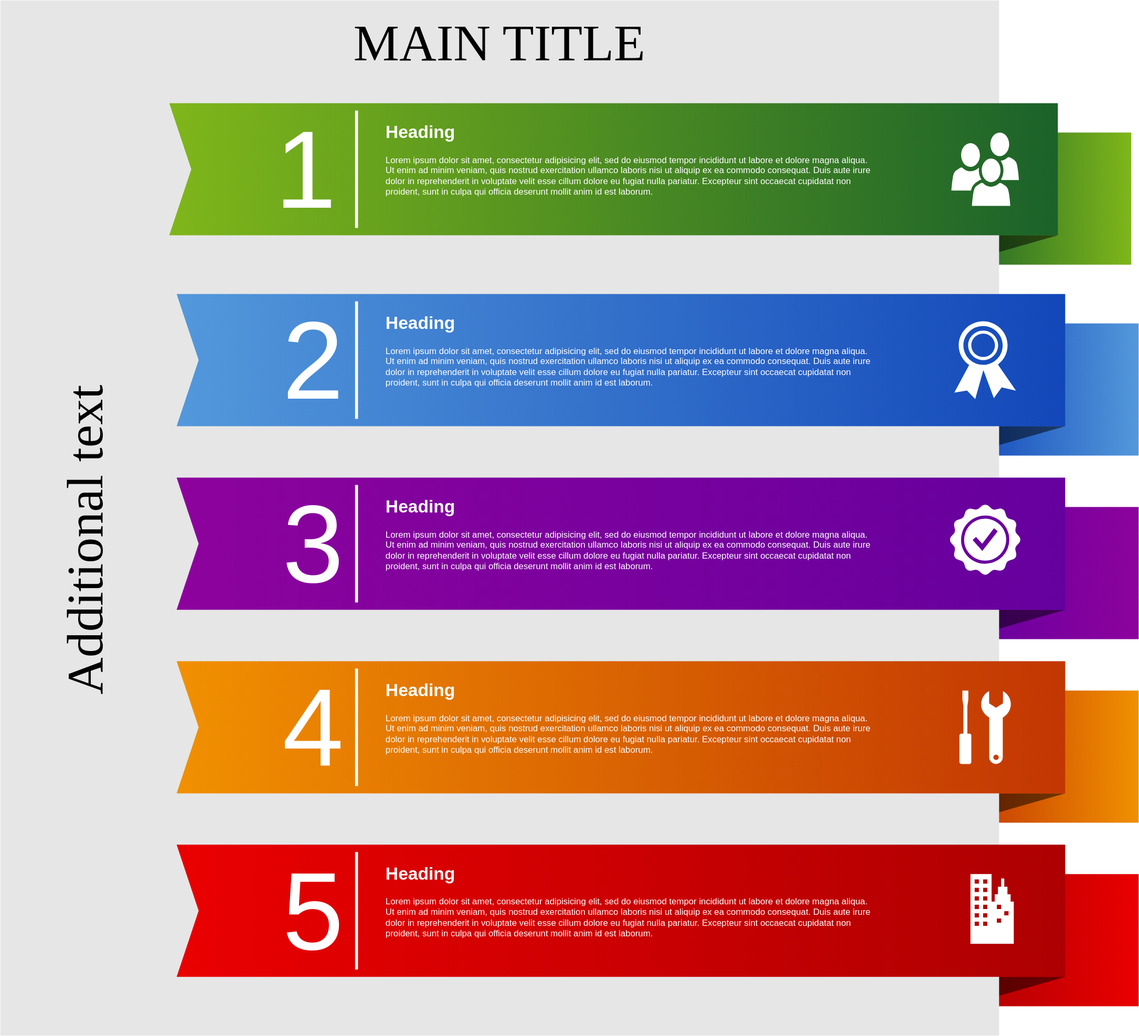
Before: lss/Diagram006.svg, a diagram exported from draw.io (lsss1111/Diagram01). Source tidied: cells renumbered, new cells last; positions are measured from the earlier drawing's top-left corner, leaving out a move shared by most shapes. The source it was exported from:
```xml
<mxGraphModel>
  <root>
    <mxCell id="0" style="html=1;" />
    <mxCell id="1" style="html=1;" parent="0" />
    <mxCell id="2" style="whiteSpace=wrap;html=1;rounded=0;shadow=0;dashed=0;strokeWidth=1;fontFamily=Tahoma;fontSize=10;fontColor=#FFFFFF;strokeColor=none;fillColor=#7FB61A;gradientColor=#1B622A;gradientDirection=west;" parent="1" vertex="1">
      <mxGeometry x="1300" y="180" width="240" height="180" as="geometry" />
    </mxCell>
    <mxCell id="3" style="verticalLabelPosition=bottom;verticalAlign=top;html=1;strokeWidth=1;shape=mxgraph.basic.orthogonal_triangle;rounded=0;shadow=0;dashed=0;fontFamily=Tahoma;fontSize=10;fontColor=#FFFFFF;flipV=1;fillColor=#000000;strokeColor=none;opacity=50;" parent="1" vertex="1">
      <mxGeometry x="1300" y="320" width="140" height="40" as="geometry" />
    </mxCell>
    <mxCell id="4" style="whiteSpace=wrap;html=1;rounded=0;shadow=0;dashed=0;strokeWidth=1;fontFamily=Tahoma;fontSize=10;fontColor=#FFFFFF;strokeColor=none;fillColor=#5398DB;gradientColor=#1247B9;gradientDirection=west;" parent="1" vertex="1">
      <mxGeometry x="1310" y="440" width="240" height="180" as="geometry" />
    </mxCell>
    <mxCell id="5" style="verticalLabelPosition=bottom;verticalAlign=top;html=1;strokeWidth=1;shape=mxgraph.basic.orthogonal_triangle;rounded=0;shadow=0;dashed=0;fontFamily=Tahoma;fontSize=10;fontColor=#FFFFFF;flipV=1;fillColor=#000000;strokeColor=none;opacity=50;" parent="1" vertex="1">
      <mxGeometry x="1310" y="580" width="140" height="40" as="geometry" />
    </mxCell>
    <mxCell id="6" style="whiteSpace=wrap;html=1;rounded=0;shadow=0;dashed=0;strokeWidth=1;fontFamily=Tahoma;fontSize=10;fontColor=#FFFFFF;strokeColor=none;fillColor=#8D029D;gradientColor=#65009E;gradientDirection=west;" parent="1" vertex="1">
      <mxGeometry x="1310" y="690" width="240" height="180" as="geometry" />
    </mxCell>
    <mxCell id="7" style="verticalLabelPosition=bottom;verticalAlign=top;html=1;strokeWidth=1;shape=mxgraph.basic.orthogonal_triangle;rounded=0;shadow=0;dashed=0;fontFamily=Tahoma;fontSize=10;fontColor=#FFFFFF;flipV=1;fillColor=#000000;strokeColor=none;opacity=50;" parent="1" vertex="1">
      <mxGeometry x="1310" y="830" width="140" height="40" as="geometry" />
    </mxCell>
    <mxCell id="8" style="whiteSpace=wrap;html=1;rounded=0;shadow=0;dashed=0;strokeWidth=1;fontFamily=Tahoma;fontSize=10;fontColor=#FFFFFF;strokeColor=none;fillColor=#F19001;gradientColor=#C23603;gradientDirection=west;" parent="1" vertex="1">
      <mxGeometry x="1310" y="940" width="240" height="180" as="geometry" />
    </mxCell>
    <mxCell id="9" style="verticalLabelPosition=bottom;verticalAlign=top;html=1;strokeWidth=1;shape=mxgraph.basic.orthogonal_triangle;rounded=0;shadow=0;dashed=0;fontFamily=Tahoma;fontSize=10;fontColor=#FFFFFF;flipV=1;fillColor=#000000;strokeColor=none;opacity=50;" parent="1" vertex="1">
      <mxGeometry x="1310" y="1080" width="140" height="40" as="geometry" />
    </mxCell>
    <mxCell id="10" style="whiteSpace=wrap;html=1;rounded=0;shadow=0;dashed=0;strokeWidth=1;fontFamily=Tahoma;fontSize=10;fontColor=#FFFFFF;strokeColor=none;fillColor=#EA0001;gradientColor=#AD0002;gradientDirection=west;" parent="1" vertex="1">
      <mxGeometry x="1310" y="1190" width="240" height="180" as="geometry" />
    </mxCell>
    <mxCell id="11" style="verticalLabelPosition=bottom;verticalAlign=top;html=1;strokeWidth=1;shape=mxgraph.basic.orthogonal_triangle;rounded=0;shadow=0;dashed=0;fontFamily=Tahoma;fontSize=10;fontColor=#FFFFFF;flipV=1;fillColor=#000000;strokeColor=none;opacity=50;" parent="1" vertex="1">
      <mxGeometry x="1310" y="1330" width="140" height="40" as="geometry" />
    </mxCell>
    <mxCell id="12" value="MAIN TITLE" style="whiteSpace=wrap;html=1;rounded=0;shadow=0;dashed=0;strokeWidth=1;fillColor=#E6E6E6;fontFamily=Verdana;fontSize=70;strokeColor=none;verticalAlign=top;spacingTop=10;" parent="1" vertex="1">
      <mxGeometry width="1360" height="1410" as="geometry" />
    </mxCell>
    <mxCell id="13" style="html=1;shadow=0;dashed=0;align=center;verticalAlign=middle;shape=mxgraph.arrows2.arrow;dy=0;dx=0;notch=30;rounded=0;strokeColor=none;strokeWidth=1;fillColor=#7FB61A;fontFamily=Tahoma;fontSize=10;fontColor=#FFFFFF;gradientColor=#1B622A;gradientDirection=east;" parent="1" vertex="1">
      <mxGeometry x="230" y="140" width="1210" height="180" as="geometry" />
    </mxCell>
    <mxCell id="14" style="html=1;shadow=0;dashed=0;align=center;verticalAlign=middle;shape=mxgraph.arrows2.arrow;dy=0;dx=0;notch=30;rounded=0;strokeColor=none;strokeWidth=1;fillColor=#5398DB;fontFamily=Tahoma;fontSize=10;fontColor=#FFFFFF;gradientColor=#1247B9;gradientDirection=east;" parent="1" vertex="1">
      <mxGeometry x="240" y="400" width="1210" height="180" as="geometry" />
    </mxCell>
    <mxCell id="15" style="html=1;shadow=0;dashed=0;align=center;verticalAlign=middle;shape=mxgraph.arrows2.arrow;dy=0;dx=0;notch=30;rounded=0;strokeColor=none;strokeWidth=1;fillColor=#8D029D;fontFamily=Tahoma;fontSize=10;fontColor=#FFFFFF;gradientColor=#65009E;gradientDirection=east;" parent="1" vertex="1">
      <mxGeometry x="240" y="650" width="1210" height="180" as="geometry" />
    </mxCell>
    <mxCell id="16" style="html=1;shadow=0;dashed=0;align=center;verticalAlign=middle;shape=mxgraph.arrows2.arrow;dy=0;dx=0;notch=30;rounded=0;strokeColor=none;strokeWidth=1;fillColor=#F19001;fontFamily=Tahoma;fontSize=10;fontColor=#FFFFFF;gradientColor=#C23603;gradientDirection=east;" parent="1" vertex="1">
      <mxGeometry x="240" y="900" width="1210" height="180" as="geometry" />
    </mxCell>
    <mxCell id="17" style="html=1;shadow=0;dashed=0;align=center;verticalAlign=middle;shape=mxgraph.arrows2.arrow;dy=0;dx=0;notch=30;rounded=0;strokeColor=none;strokeWidth=1;fillColor=#EA0001;fontFamily=Tahoma;fontSize=10;fontColor=#FFFFFF;gradientColor=#AD0002;gradientDirection=east;" parent="1" vertex="1">
      <mxGeometry x="240" y="1150" width="1210" height="180" as="geometry" />
    </mxCell>
    <mxCell id="18" value="Additional text" style="text;html=1;strokeColor=none;fillColor=none;align=center;verticalAlign=middle;whiteSpace=wrap;rounded=0;shadow=0;dashed=0;fontFamily=Verdana;fontSize=70;horizontal=0;" parent="1" vertex="1">
      <mxGeometry x="50" y="140" width="130" height="1190" as="geometry" />
    </mxCell>
    <mxCell id="19" value="1" style="text;html=1;strokeColor=none;fillColor=none;align=right;verticalAlign=middle;whiteSpace=wrap;rounded=0;shadow=0;dashed=0;fontFamily=Helvetica;fontSize=150;fontColor=#FFFFFF;" parent="1" vertex="1">
      <mxGeometry x="260" y="140" width="200" height="180" as="geometry" />
    </mxCell>
    <mxCell id="20" value="2" style="text;html=1;strokeColor=none;fillColor=none;align=right;verticalAlign=middle;whiteSpace=wrap;rounded=0;shadow=0;dashed=0;fontFamily=Helvetica;fontSize=150;fontColor=#FFFFFF;" parent="1" vertex="1">
      <mxGeometry x="270" y="400" width="200" height="180" as="geometry" />
    </mxCell>
    <mxCell id="21" value="3" style="text;html=1;strokeColor=none;fillColor=none;align=right;verticalAlign=middle;whiteSpace=wrap;rounded=0;shadow=0;dashed=0;fontFamily=Helvetica;fontSize=150;fontColor=#FFFFFF;" parent="1" vertex="1">
      <mxGeometry x="270" y="650" width="200" height="180" as="geometry" />
    </mxCell>
    <mxCell id="22" value="4" style="text;html=1;strokeColor=none;fillColor=none;align=right;verticalAlign=middle;whiteSpace=wrap;rounded=0;shadow=0;dashed=0;fontFamily=Helvetica;fontSize=150;fontColor=#FFFFFF;" parent="1" vertex="1">
      <mxGeometry x="270" y="900" width="200" height="180" as="geometry" />
    </mxCell>
    <mxCell id="23" value="5" style="text;html=1;strokeColor=none;fillColor=none;align=right;verticalAlign=middle;whiteSpace=wrap;rounded=0;shadow=0;dashed=0;fontFamily=Helvetica;fontSize=150;fontColor=#FFFFFF;" parent="1" vertex="1">
      <mxGeometry x="270" y="1150" width="200" height="180" as="geometry" />
    </mxCell>
    <mxCell id="24" style="line;strokeWidth=4;direction=south;html=1;rounded=0;shadow=0;dashed=0;fillColor=none;gradientColor=#AD0002;fontFamily=Helvetica;fontSize=150;fontColor=#FFFFFF;align=right;strokeColor=#FFFFFF;" parent="1" vertex="1">
      <mxGeometry x="480" y="150" width="10" height="160" as="geometry" />
    </mxCell>
    <mxCell id="25" style="line;strokeWidth=4;direction=south;html=1;rounded=0;shadow=0;dashed=0;fillColor=none;gradientColor=#AD0002;fontFamily=Helvetica;fontSize=150;fontColor=#FFFFFF;align=right;strokeColor=#FFFFFF;" parent="1" vertex="1">
      <mxGeometry x="480" y="410" width="10" height="160" as="geometry" />
    </mxCell>
    <mxCell id="26" style="line;strokeWidth=4;direction=south;html=1;rounded=0;shadow=0;dashed=0;fillColor=none;gradientColor=#AD0002;fontFamily=Helvetica;fontSize=150;fontColor=#FFFFFF;align=right;strokeColor=#FFFFFF;" parent="1" vertex="1">
      <mxGeometry x="480" y="660" width="10" height="160" as="geometry" />
    </mxCell>
    <mxCell id="27" style="line;strokeWidth=4;direction=south;html=1;rounded=0;shadow=0;dashed=0;fillColor=none;gradientColor=#AD0002;fontFamily=Helvetica;fontSize=150;fontColor=#FFFFFF;align=right;strokeColor=#FFFFFF;" parent="1" vertex="1">
      <mxGeometry x="480" y="910" width="10" height="160" as="geometry" />
    </mxCell>
    <mxCell id="28" style="line;strokeWidth=4;direction=south;html=1;rounded=0;shadow=0;dashed=0;fillColor=none;gradientColor=#AD0002;fontFamily=Helvetica;fontSize=150;fontColor=#FFFFFF;align=right;strokeColor=#FFFFFF;" parent="1" vertex="1">
      <mxGeometry x="480" y="1160" width="10" height="160" as="geometry" />
    </mxCell>
    <mxCell id="29" value="&lt;h1&gt;Heading&lt;/h1&gt;&lt;p&gt;L&lt;span&gt;orem ipsum dolor sit amet, consectetur adipisicing elit, sed do eiusmod tempor incididunt ut labore et dolore magna aliqua. Ut enim ad minim veniam, quis nostrud exercitation ullamco laboris nisi ut aliquip ex ea commodo consequat. Duis aute irure dolor in reprehenderit in voluptate velit esse cillum dolore eu fugiat nulla pariatur. Excepteur sint occaecat cupidatat non proident, sunt in culpa qui officia deserunt mollit anim id est laborum.&lt;/span&gt;&lt;/p&gt;" style="text;html=1;strokeColor=none;fillColor=none;spacing=5;spacingTop=-20;whiteSpace=wrap;overflow=hidden;rounded=0;shadow=0;dashed=0;fontFamily=Helvetica;fontSize=12;fontColor=#FFFFFF;align=left;" parent="1" vertex="1">
      <mxGeometry x="520" y="160" width="670" height="140" as="geometry" />
    </mxCell>
    <mxCell id="30" value="&lt;h1&gt;Heading&lt;/h1&gt;&lt;p&gt;L&lt;span&gt;orem ipsum dolor sit amet, consectetur adipisicing elit, sed do eiusmod tempor incididunt ut labore et dolore magna aliqua. Ut enim ad minim veniam, quis nostrud exercitation ullamco laboris nisi ut aliquip ex ea commodo consequat. Duis aute irure dolor in reprehenderit in voluptate velit esse cillum dolore eu fugiat nulla pariatur. Excepteur sint occaecat cupidatat non proident, sunt in culpa qui officia deserunt mollit anim id est laborum.&lt;/span&gt;&lt;/p&gt;" style="text;html=1;strokeColor=none;fillColor=none;spacing=5;spacingTop=-20;whiteSpace=wrap;overflow=hidden;rounded=0;shadow=0;dashed=0;fontFamily=Helvetica;fontSize=12;fontColor=#FFFFFF;align=left;" parent="1" vertex="1">
      <mxGeometry x="520" y="420" width="670" height="140" as="geometry" />
    </mxCell>
    <mxCell id="31" value="&lt;h1&gt;Heading&lt;/h1&gt;&lt;p&gt;L&lt;span&gt;orem ipsum dolor sit amet, consectetur adipisicing elit, sed do eiusmod tempor incididunt ut labore et dolore magna aliqua. Ut enim ad minim veniam, quis nostrud exercitation ullamco laboris nisi ut aliquip ex ea commodo consequat. Duis aute irure dolor in reprehenderit in voluptate velit esse cillum dolore eu fugiat nulla pariatur. Excepteur sint occaecat cupidatat non proident, sunt in culpa qui officia deserunt mollit anim id est laborum.&lt;/span&gt;&lt;/p&gt;" style="text;html=1;strokeColor=none;fillColor=none;spacing=5;spacingTop=-20;whiteSpace=wrap;overflow=hidden;rounded=0;shadow=0;dashed=0;fontFamily=Helvetica;fontSize=12;fontColor=#FFFFFF;align=left;" parent="1" vertex="1">
      <mxGeometry x="520" y="670" width="670" height="140" as="geometry" />
    </mxCell>
    <mxCell id="32" value="&lt;h1&gt;Heading&lt;/h1&gt;&lt;p&gt;L&lt;span&gt;orem ipsum dolor sit amet, consectetur adipisicing elit, sed do eiusmod tempor incididunt ut labore et dolore magna aliqua. Ut enim ad minim veniam, quis nostrud exercitation ullamco laboris nisi ut aliquip ex ea commodo consequat. Duis aute irure dolor in reprehenderit in voluptate velit esse cillum dolore eu fugiat nulla pariatur. Excepteur sint occaecat cupidatat non proident, sunt in culpa qui officia deserunt mollit anim id est laborum.&lt;/span&gt;&lt;/p&gt;" style="text;html=1;strokeColor=none;fillColor=none;spacing=5;spacingTop=-20;whiteSpace=wrap;overflow=hidden;rounded=0;shadow=0;dashed=0;fontFamily=Helvetica;fontSize=12;fontColor=#FFFFFF;align=left;" parent="1" vertex="1">
      <mxGeometry x="520" y="920" width="670" height="140" as="geometry" />
    </mxCell>
    <mxCell id="33" value="&lt;h1&gt;Heading&lt;/h1&gt;&lt;p&gt;L&lt;span&gt;orem ipsum dolor sit amet, consectetur adipisicing elit, sed do eiusmod tempor incididunt ut labore et dolore magna aliqua. Ut enim ad minim veniam, quis nostrud exercitation ullamco laboris nisi ut aliquip ex ea commodo consequat. Duis aute irure dolor in reprehenderit in voluptate velit esse cillum dolore eu fugiat nulla pariatur. Excepteur sint occaecat cupidatat non proident, sunt in culpa qui officia deserunt mollit anim id est laborum.&lt;/span&gt;&lt;/p&gt;" style="text;html=1;strokeColor=none;fillColor=none;spacing=5;spacingTop=-20;whiteSpace=wrap;overflow=hidden;rounded=0;shadow=0;dashed=0;fontFamily=Helvetica;fontSize=12;fontColor=#FFFFFF;align=left;" parent="1" vertex="1">
      <mxGeometry x="520" y="1170" width="670" height="140" as="geometry" />
    </mxCell>
    <mxCell id="34" style="shadow=0;dashed=0;html=1;strokeColor=none;fillColor=#FFFFFF;labelPosition=center;verticalLabelPosition=bottom;verticalAlign=top;shape=mxgraph.office.users.users;rounded=0;fontFamily=Helvetica;fontSize=12;fontColor=#FFFFFF;align=left;" parent="1" vertex="1">
      <mxGeometry x="1295" y="180" width="92" height="100" as="geometry" />
    </mxCell>
    <mxCell id="35" style="shadow=0;dashed=0;html=1;strokeColor=none;fillColor=#FFFFFF;labelPosition=center;verticalLabelPosition=bottom;verticalAlign=top;shape=mxgraph.office.security.token;rounded=0;fontFamily=Helvetica;fontSize=12;fontColor=#FFFFFF;align=left;" parent="1" vertex="1">
      <mxGeometry x="1299" y="437" width="84" height="106" as="geometry" />
    </mxCell>
    <mxCell id="36" style="shadow=0;dashed=0;html=1;strokeColor=none;fillColor=#FFFFFF;labelPosition=center;verticalLabelPosition=bottom;verticalAlign=top;shape=mxgraph.office.concepts.best_practices;rounded=0;fontFamily=Helvetica;fontSize=12;fontColor=#FFFFFF;align=left;" parent="1" vertex="1">
      <mxGeometry x="1292.5" y="686" width="97" height="97" as="geometry" />
    </mxCell>
    <mxCell id="37" style="shadow=0;dashed=0;html=1;strokeColor=none;fillColor=#FFFFFF;labelPosition=center;verticalLabelPosition=bottom;verticalAlign=top;shape=mxgraph.office.concepts.maintenance;rounded=0;fontFamily=Helvetica;fontSize=12;fontColor=#FFFFFF;align=left;" parent="1" vertex="1">
      <mxGeometry x="1306" y="940" width="70" height="100" as="geometry" />
    </mxCell>
    <mxCell id="38" style="shadow=0;dashed=0;html=1;strokeColor=none;fillColor=#FFFFFF;labelPosition=center;verticalLabelPosition=bottom;verticalAlign=top;shape=mxgraph.office.concepts.on_premises;rounded=0;fontFamily=Helvetica;fontSize=12;fontColor=#FFFFFF;align=left;" parent="1" vertex="1">
      <mxGeometry x="1321" y="1190" width="59" height="95" as="geometry" />
    </mxCell>
  </root>
</mxGraphModel>
```
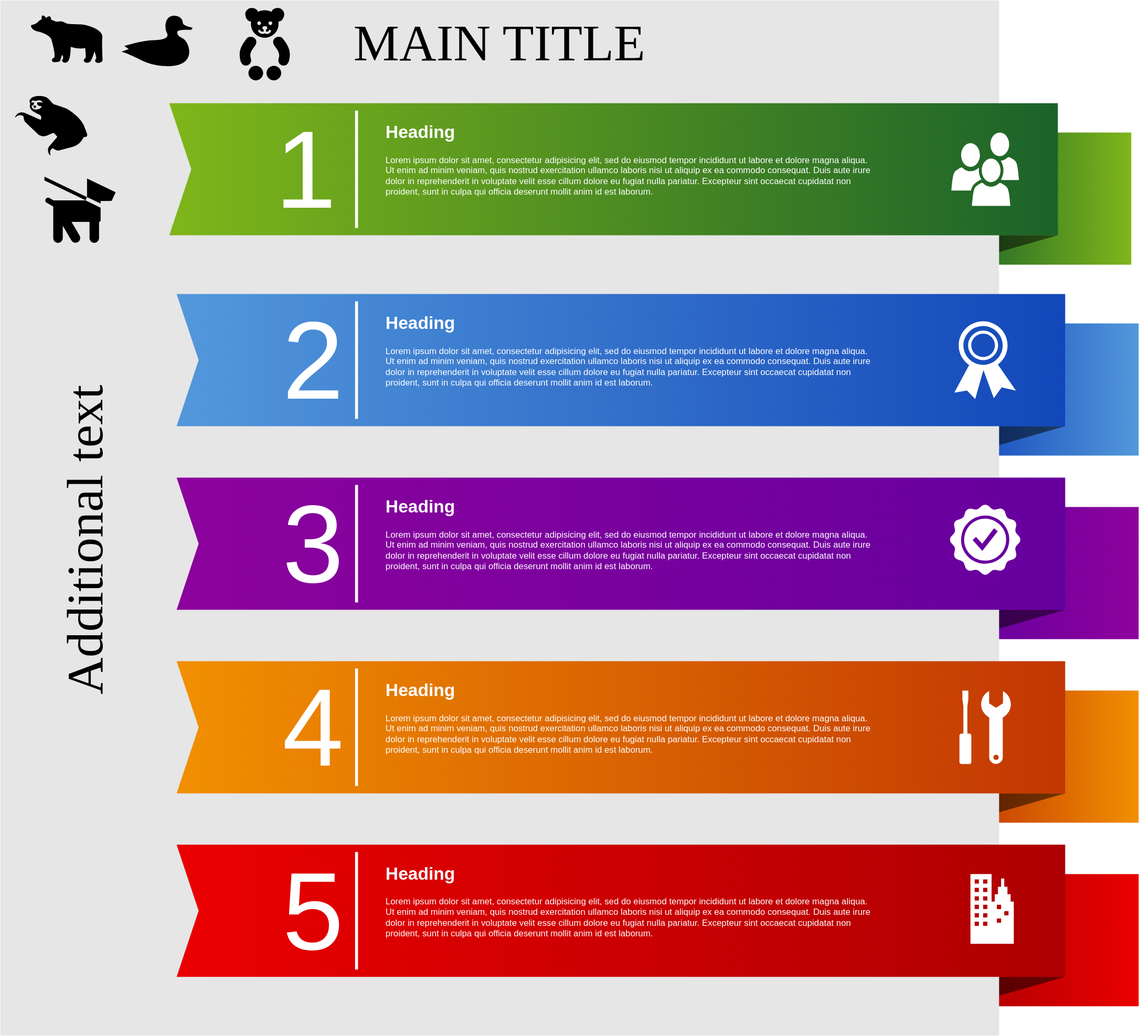
Above is the later version.

Diff of the diagram source:
```diff
@@ -113,5 +113,20 @@
     <mxCell id="38" style="shadow=0;dashed=0;html=1;strokeColor=none;fillColor=#FFFFFF;labelPosition=center;verticalLabelPosition=bottom;verticalAlign=top;shape=mxgraph.office.concepts.on_premises;rounded=0;fontFamily=Helvetica;fontSize=12;fontColor=#FFFFFF;align=left;" parent="1" vertex="1">
       <mxGeometry x="1321" y="1190" width="59" height="95" as="geometry" />
     </mxCell>
+    <mxCell id="39" style="shape=mxgraph.signs.animals.bear_2;html=1;fillColor=#000000;strokeColor=none;verticalLabelPosition=bottom;verticalAlign=top;align=center;sketch=0;" parent="1" vertex="1">
+      <mxGeometry x="40" y="20" width="101" height="66" as="geometry" />
+    </mxCell>
+    <mxCell id="40" style="shape=mxgraph.signs.animals.duck;html=1;fillColor=#000000;strokeColor=none;verticalLabelPosition=bottom;verticalAlign=top;align=center;sketch=0;" parent="1" vertex="1">
+      <mxGeometry x="165" y="20" width="105" height="73" as="geometry" />
+    </mxCell>
+    <mxCell id="41" style="shape=mxgraph.signs.animals.teddy_bear;html=1;fillColor=#000000;strokeColor=none;verticalLabelPosition=bottom;verticalAlign=top;align=center;sketch=0;" parent="1" vertex="1">
+      <mxGeometry x="325.5" y="10" width="69" height="99" as="geometry" />
+    </mxCell>
+    <mxCell id="42" style="shape=mxgraph.signs.animals.sloth;html=1;fillColor=#000000;strokeColor=none;verticalLabelPosition=bottom;verticalAlign=top;align=center;sketch=0;" parent="1" vertex="1">
+      <mxGeometry x="20" y="130" width="99" height="81" as="geometry" />
+    </mxCell>
+    <mxCell id="43" style="shape=mxgraph.signs.animals.dog_on_leash;html=1;fillColor=#000000;strokeColor=none;verticalLabelPosition=bottom;verticalAlign=top;align=center;sketch=0;" parent="1" vertex="1">
+      <mxGeometry x="60" y="240" width="97" height="91" as="geometry" />
+    </mxCell>
   </root>
 </mxGraphModel>
```
